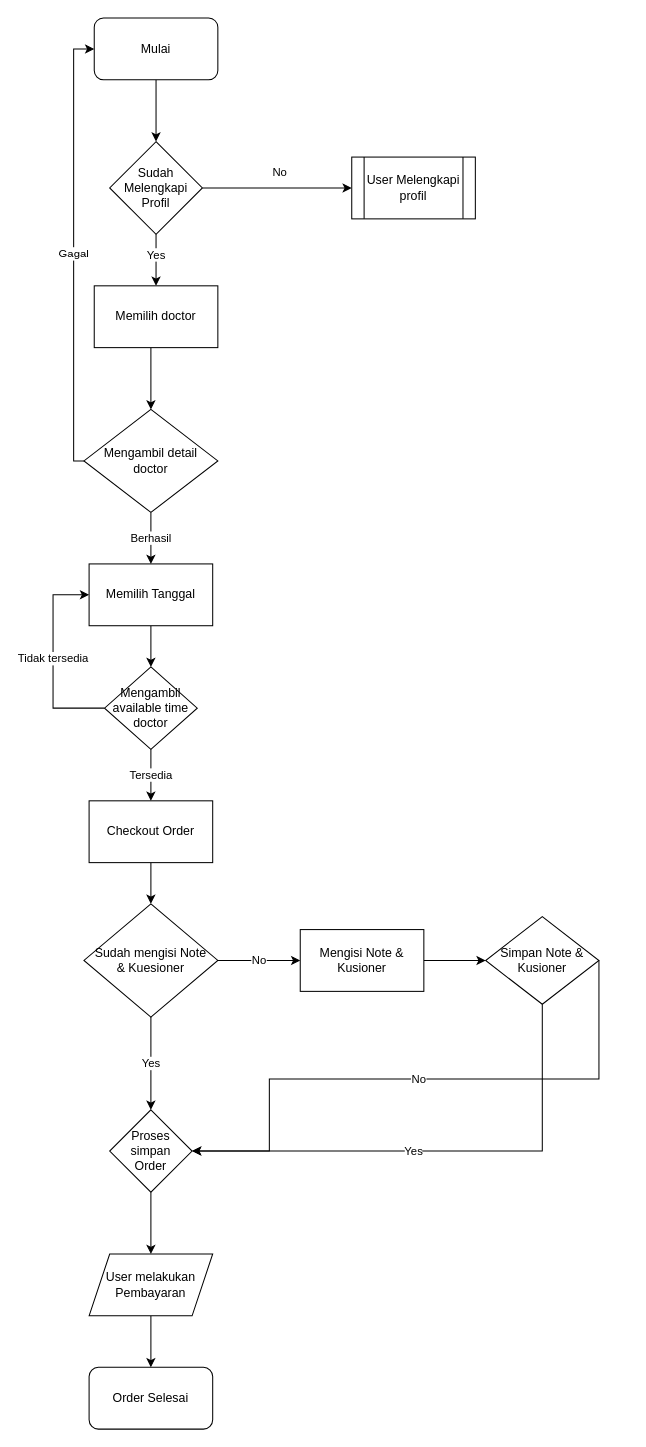
Before: page "Order" (2 of 4) of Untitled Diagram.drawio in triandamai/cexup-docs, a draw.io diagram. Source tidied: cells renumbered, new cells numbered last; positions are measured from the earlier drawing's top-left corner, leaving out a move shared by most shapes. Both pictures are drawn from the tidied source at 103%, with x=0, y=0 at pixel (53, 18).
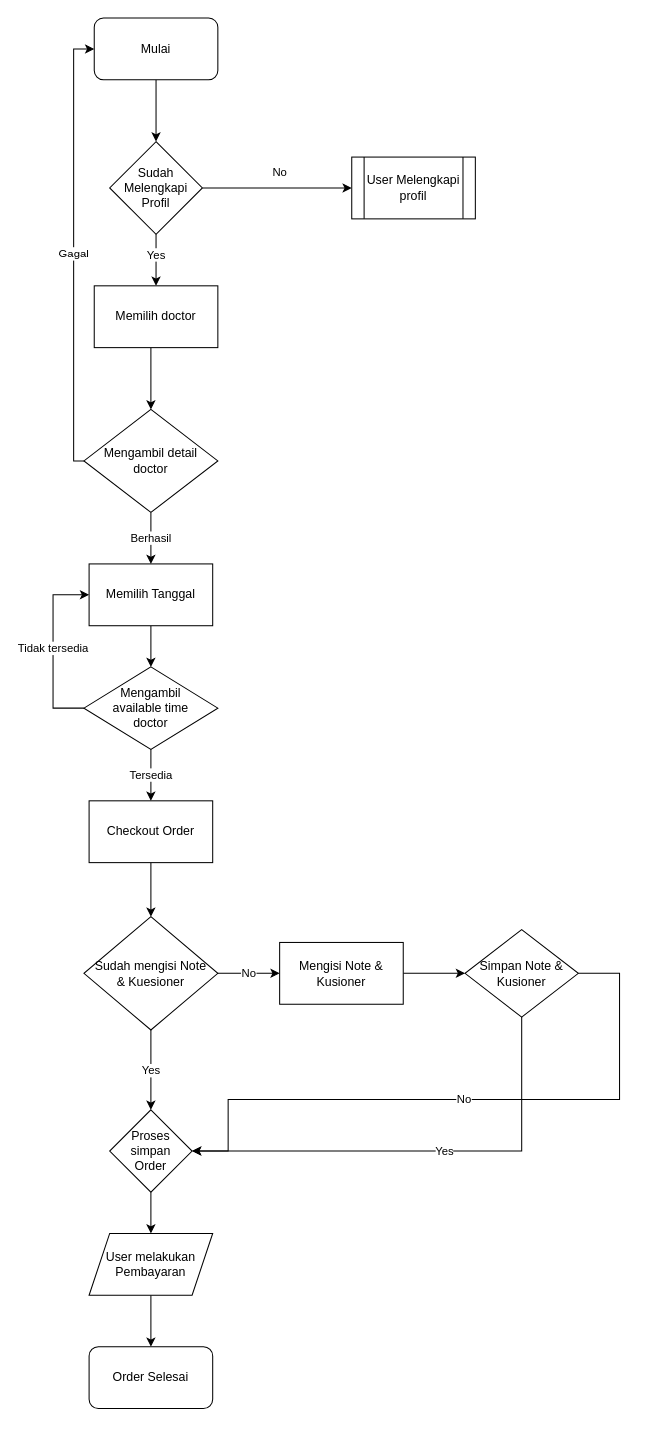
Above is the later version.

Unchanged cells that the change refers to:
```xml
<mxCell id="26" value="&lt;div&gt;Proses&lt;/div&gt;&lt;div&gt;simpan &lt;br&gt;&lt;/div&gt;&lt;div&gt;Order&lt;/div&gt;" style="rhombus;whiteSpace=wrap;html=1;rounded=0;fontColor=default;" parent="1" vertex="1">
  <mxGeometry x="55" y="1060" width="80" height="80" as="geometry" />
</mxCell>
```

What changed in the source:
```diff
@@
     <mxCell id="17" value="Mengambil &lt;br&gt;&lt;div&gt;available time&lt;/div&gt;&lt;div&gt;doctor&lt;br&gt;&lt;/div&gt;" style="rhombus;whiteSpace=wrap;html=1;rounded=0;fontColor=default;" parent="1" vertex="1">
-      <mxGeometry x="50" y="630" width="90" height="80" as="geometry" />
+      <mxGeometry x="30" y="630" width="130" height="80" as="geometry" />
     </mxCell>
@@
     <mxCell id="22" value="&lt;div&gt;Sudah mengisi Note&lt;/div&gt;&lt;div&gt;&amp;amp; Kuesioner&lt;br&gt;&lt;/div&gt;" style="rhombus;whiteSpace=wrap;html=1;rounded=0;fontColor=default;" parent="1" vertex="1">
-      <mxGeometry x="30" y="860" width="130" height="110" as="geometry" />
+      <mxGeometry x="30" y="872.5" width="130" height="110" as="geometry" />
     </mxCell>
@@
     <mxCell id="24" value="Mengisi Note &amp;amp; Kusioner" style="rounded=0;whiteSpace=wrap;html=1;fontColor=default;" parent="1" vertex="1">
-      <mxGeometry x="240" y="885" width="120" height="60" as="geometry" />
+      <mxGeometry x="220" y="897.5" width="120" height="60" as="geometry" />
     </mxCell>
@@
-    <mxCell id="27" value="Yes" style="edgeStyle=orthogonalEdgeStyle;rounded=0;jettySize=auto;html=1;entryX=1;entryY=0.5;entryDx=0;entryDy=0;labelBackgroundColor=default;fontColor=default;" parent="1" edge="1" source="29" target="26">
-      <mxGeometry x="0.11" relative="1" as="geometry">
+    <mxCell id="27" value="Yes" style="edgeStyle=orthogonalEdgeStyle;rounded=0;jettySize=auto;html=1;entryX=1;entryY=0.5;entryDx=0;entryDy=0;labelBackgroundColor=default;fontColor=default;exitX=0.5;exitY=1;exitDx=0;exitDy=0;" parent="1" edge="1" source="29" target="26">
+      <mxGeometry x="-0.09" relative="1" as="geometry">
         <Array as="points">
-          <mxPoint x="475" y="1100" />
+          <mxPoint x="455" y="1100" />
         </Array>
       </mxGeometry>
     </mxCell>
     <mxCell id="28" value="No" style="edgeStyle=orthogonalEdgeStyle;rounded=0;jettySize=auto;html=1;labelBackgroundColor=default;fontColor=default;entryX=1;entryY=0.5;entryDx=0;entryDy=0;" parent="1" edge="1" source="29" target="26">
       <mxGeometry relative="1" as="geometry">
         <Array as="points">
-          <mxPoint x="530" y="915" />
-          <mxPoint x="530" y="1030" />
-          <mxPoint x="210" y="1030" />
-          <mxPoint x="210" y="1100" />
+          <mxPoint x="550" y="928" />
+          <mxPoint x="550" y="1050" />
+          <mxPoint x="170" y="1050" />
+          <mxPoint x="170" y="1100" />
         </Array>
       </mxGeometry>
     </mxCell>
     <mxCell id="29" value="Simpan Note &amp;amp; Kusioner" style="rhombus;whiteSpace=wrap;html=1;rounded=0;fontColor=default;" parent="1" vertex="1">
-      <mxGeometry x="420" y="872.5" width="110" height="85" as="geometry" />
+      <mxGeometry x="400" y="885" width="110" height="85" as="geometry" />
     </mxCell>
@@
     <mxCell id="31" value="User melakukan Pembayaran" style="shape=parallelogram;perimeter=parallelogramPerimeter;whiteSpace=wrap;html=1;fixedSize=1;rounded=0;fontColor=default;" parent="1" vertex="1">
-      <mxGeometry x="35" y="1200" width="120" height="60" as="geometry" />
+      <mxGeometry x="35" y="1180" width="120" height="60" as="geometry" />
     </mxCell>
     <mxCell id="32" value="Order Selesai" style="rounded=1;whiteSpace=wrap;html=1;fontColor=default;" parent="1" vertex="1">
-      <mxGeometry x="35" y="1310" width="120" height="60" as="geometry" />
+      <mxGeometry x="35" y="1290" width="120" height="60" as="geometry" />
     </mxCell>
```
